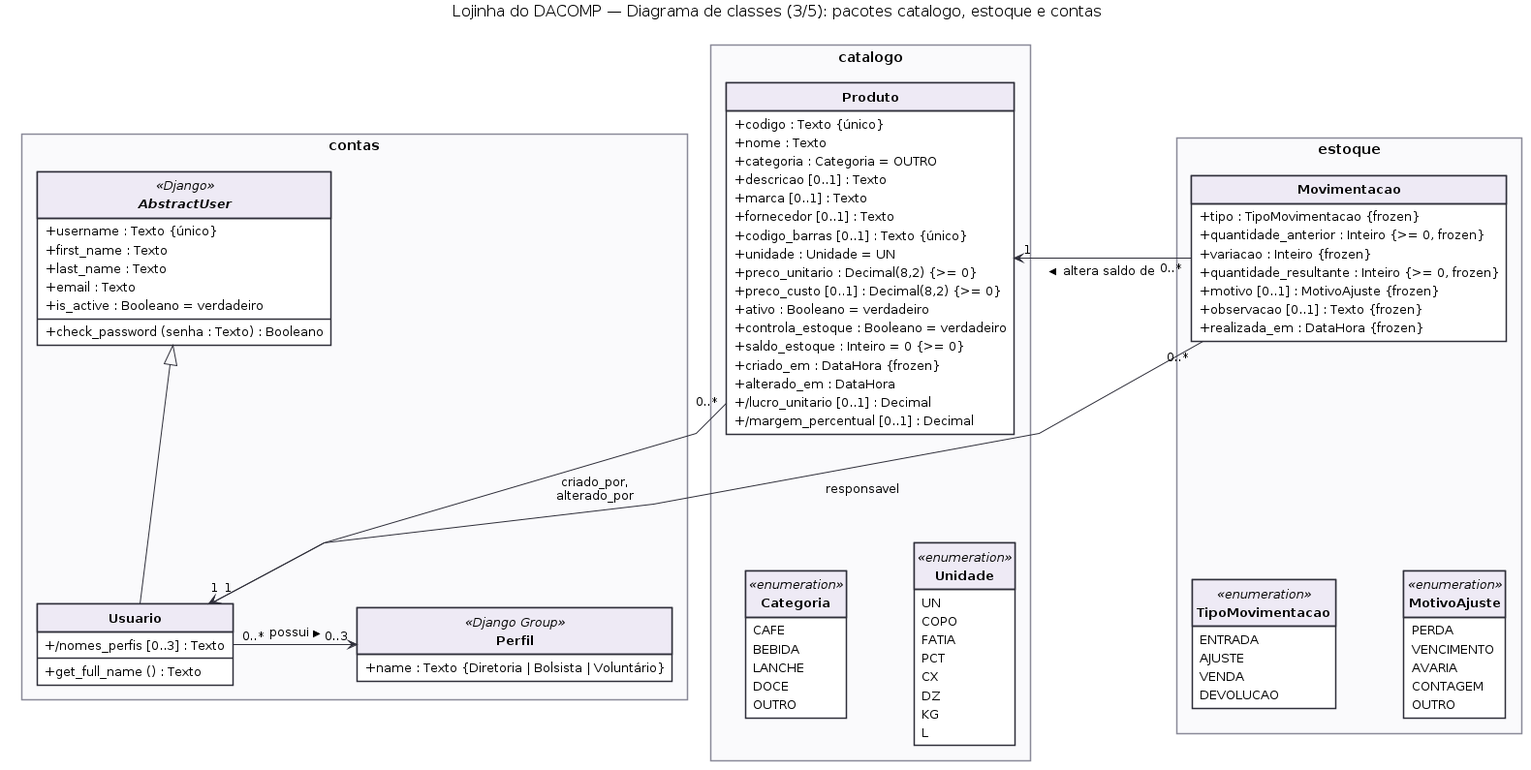
The PlantUML diagram docs/diagramas/classes-3-catalogo-estoque-contas.png in PedroGasparetto/sistema-dacomp, before a commit. Its source is kept beside it as docs/diagramas/classes-3-catalogo-estoque-contas.puml.
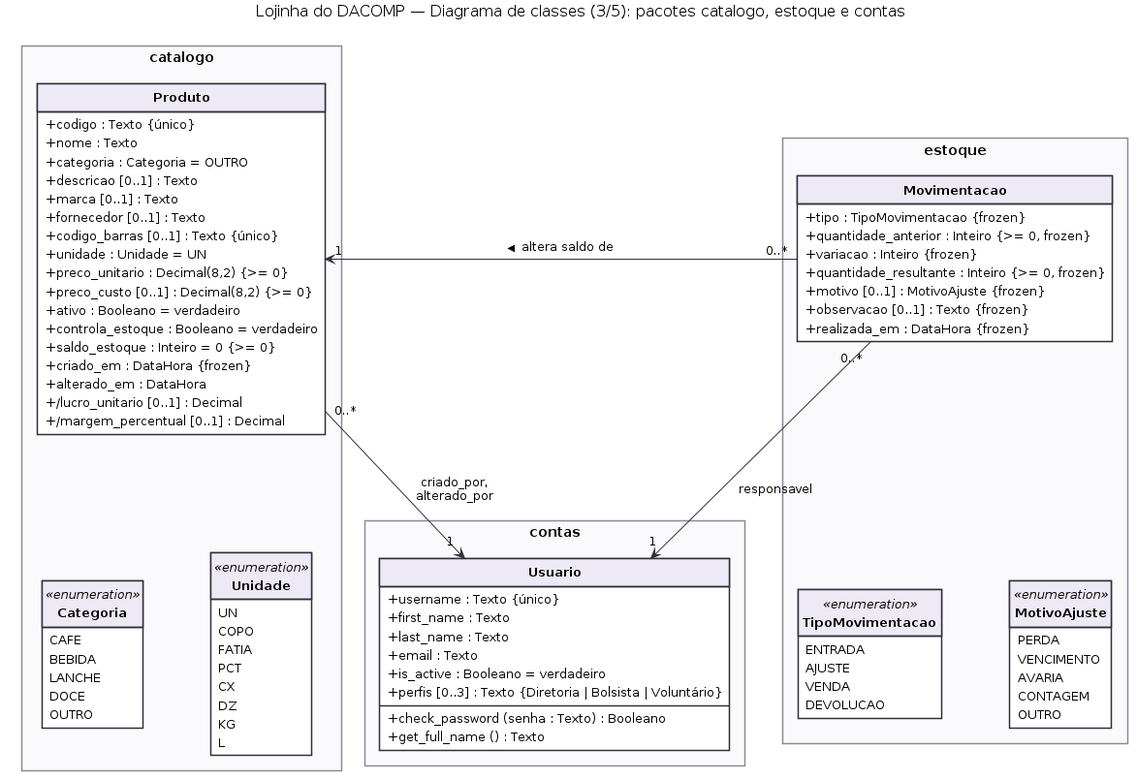
After the change.

Commit message:
Retira as classes do Django do diagrama de classes

Diff of the diagram source:
```diff
@@ -68,25 +68,18 @@
 }
 
 package "contas" {
-  abstract class AbstractUser <<Django>> {
+  class Usuario {
     + username : Texto {único}
     + first_name : Texto
     + last_name : Texto
     + email : Texto
     + is_active : Booleano = verdadeiro
+    + perfis [0..3] : Texto {Diretoria | Bolsista | Voluntário}
     + check_password (senha : Texto) : Booleano
-  }
-  class Usuario {
-    + /nomes_perfis [0..3] : Texto
     + get_full_name () : Texto
-  }
-  class Perfil <<Django Group>> {
-    + name : Texto {Diretoria | Bolsista | Voluntário}
   }
 }
 
-AbstractUser <|-down- Usuario
-Usuario "0..*" -right-> "0..3" Perfil : possui >
 Movimentacao "0..*" -left-> "1" Produto : altera saldo de >
 Movimentacao "0..*" -down-> "1" Usuario : responsavel
 Produto "0..*" -down-> "1" Usuario : criado_por,\nalterado_por
```
